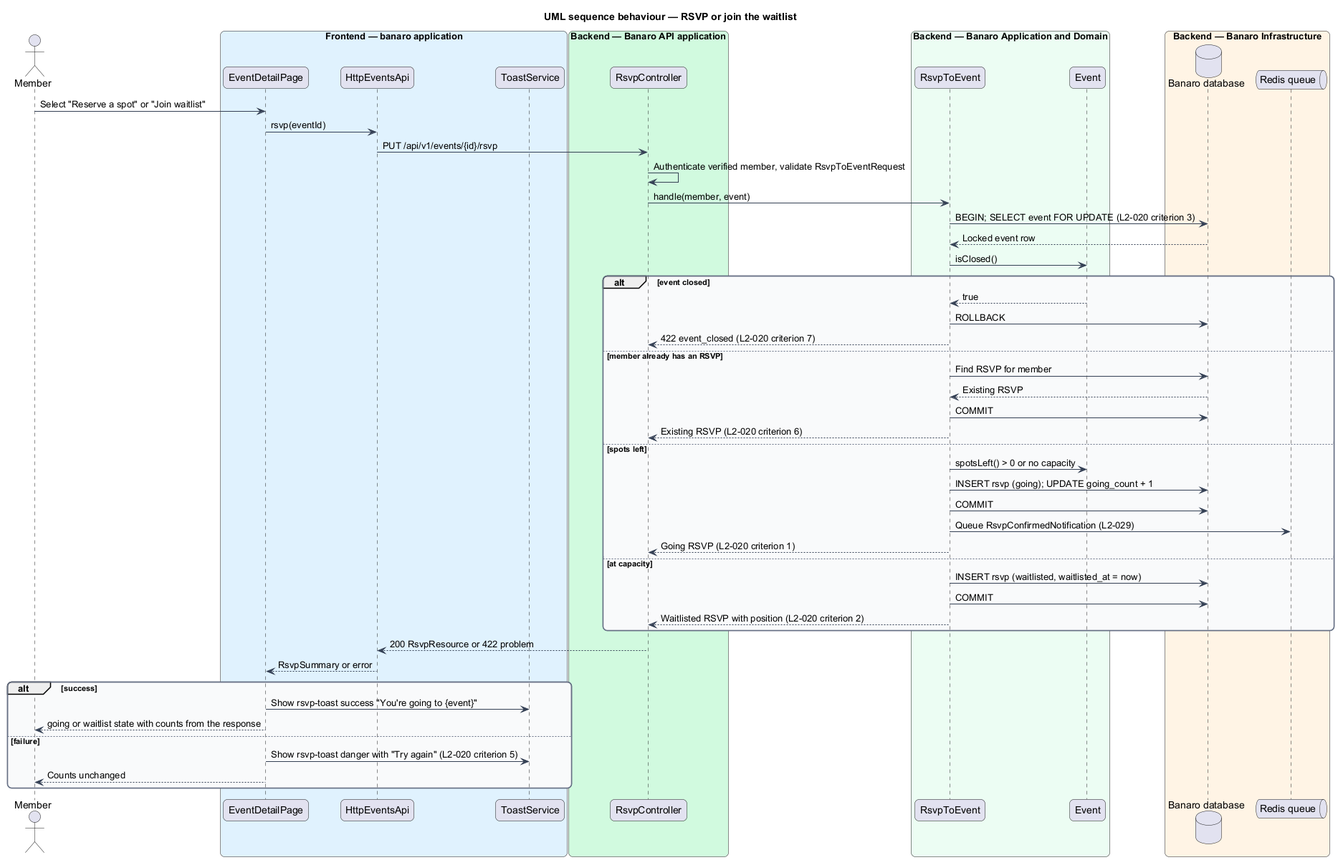
Above: docs/detailed-designs/events/rsvp-to-event/diagrams/sequence-rsvp.png in QuinntyneBrown/banaro (PlantUML), before the change.
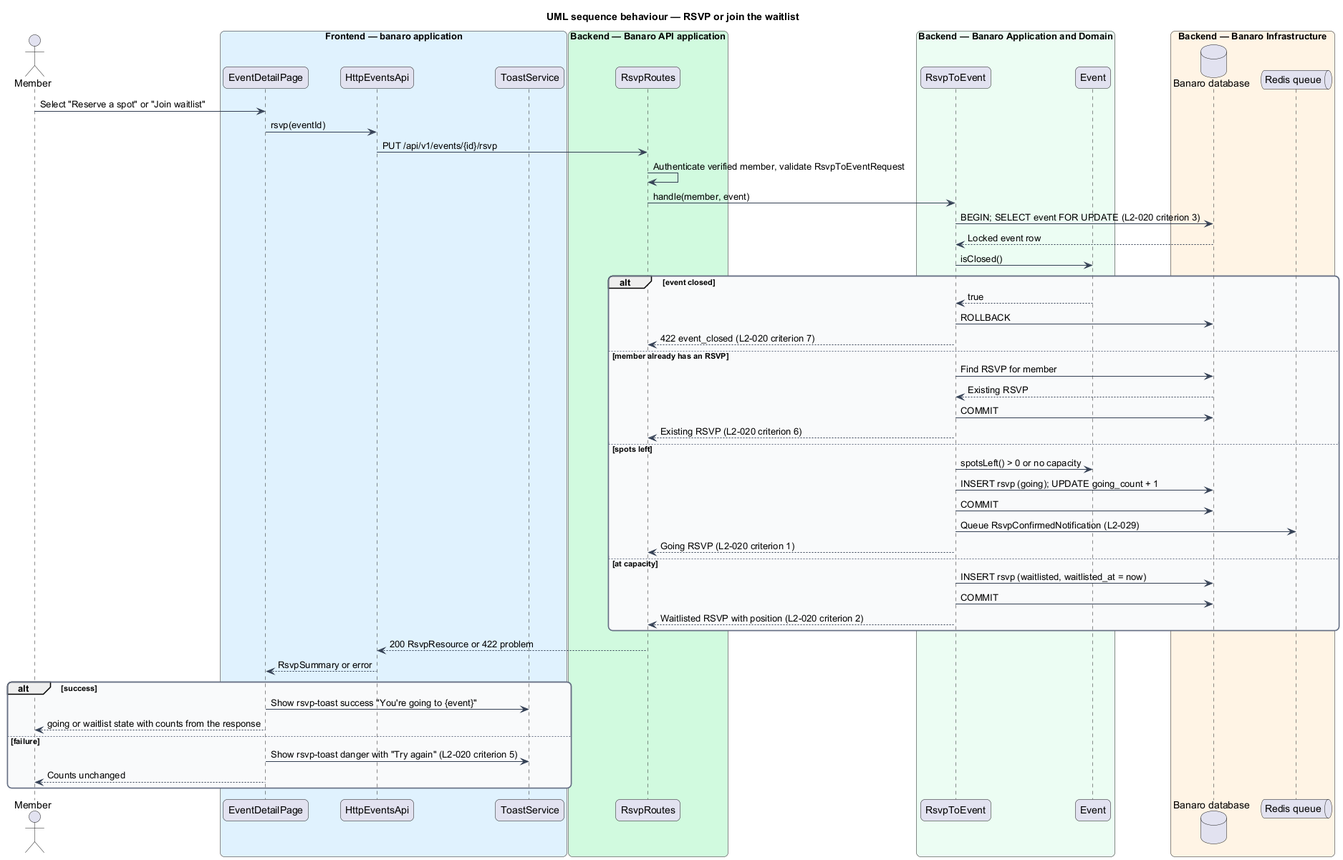
The same file after the commit.

The edit, as a diff of the source:
```diff
@@ -21,7 +21,7 @@
   participant "ToastService" as toast
 end box
 box "Backend — Banaro API application" #D1FADF
-  participant "RsvpController" as controller
+  participant "RsvpRoutes" as controller
 end box
 box "Backend — Banaro Application and Domain" #ECFDF3
   participant "RsvpToEvent" as action
```
